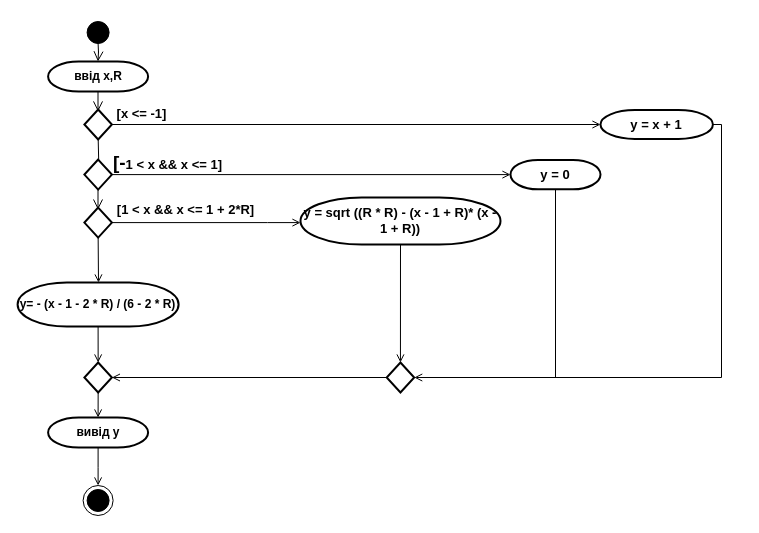
This is page "Сторінка-2" (2 of 2) of lab_3.3 uml.drawio from viksi01/lab_3.3, a draw.io file, before an edit. Source tidied: cells renumbered, new cells numbered last; positions are measured from the earlier drawing's top-left corner, leaving out a move shared by most shapes. Both pictures are drawn from the tidied source at 100%, with x=0, y=0 at pixel (17, 17).
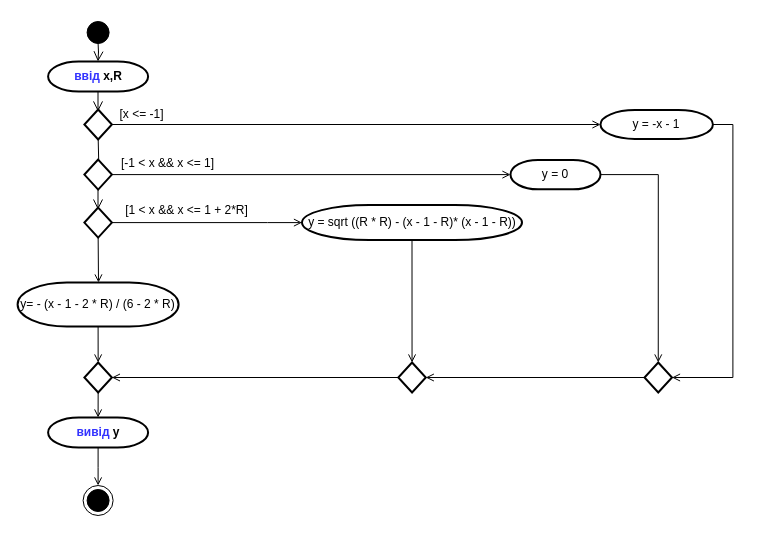
The same page after the edit.

Change to the diagram source:
```diff
@@
-    <mxCell id="2" style="ellipse;html=1;shape=startState;fillColor=#000000;strokeColor=#000000;" parent="1" vertex="1">
+    <mxCell id="2" style="ellipse;html=1;shape=startState;fillColor=#000000;strokeColor=#000000;fontSize=12;fontStyle=0;" parent="1" vertex="1">
       <mxGeometry x="65.6" width="30" height="30" as="geometry" />
     </mxCell>
-    <mxCell id="3" value="ввід x,R" style="strokeWidth=2;html=1;shape=mxgraph.flowchart.terminator;whiteSpace=wrap;fontStyle=1;fontSize=12;" parent="1" vertex="1">
+    <mxCell id="3" value="&lt;font color=&quot;#3333ff&quot;&gt;ввід&lt;/font&gt; x,R" style="strokeWidth=2;html=1;shape=mxgraph.flowchart.terminator;whiteSpace=wrap;fontStyle=1;fontSize=12;" parent="1" vertex="1">
       <mxGeometry x="30.6" y="44" width="100" height="30" as="geometry" />
     </mxCell>
-    <mxCell id="4" style="edgeStyle=orthogonalEdgeStyle;html=1;verticalAlign=bottom;endArrow=open;endSize=8;strokeColor=#000000;rounded=0;fontStyle=1;fontSize=12;" parent="1" edge="1">
+    <mxCell id="4" style="edgeStyle=orthogonalEdgeStyle;html=1;verticalAlign=bottom;endArrow=open;endSize=8;strokeColor=#000000;rounded=0;fontStyle=0;fontSize=12;" parent="1" edge="1">
       <mxGeometry relative="1" as="geometry">
         <mxPoint x="80.5" y="74" as="sourcePoint" />
         <mxPoint x="80.5" y="94" as="targetPoint" />
         <Array as="points">
           <mxPoint x="80.6" y="74" />
           <mxPoint x="80.6" y="74" />
         </Array>
       </mxGeometry>
     </mxCell>
-    <mxCell id="5" style="edgeStyle=orthogonalEdgeStyle;html=1;verticalAlign=bottom;endArrow=open;endSize=8;strokeColor=#000000;rounded=0;fontStyle=1;fontSize=12;" parent="1" edge="1">
+    <mxCell id="5" style="edgeStyle=orthogonalEdgeStyle;html=1;verticalAlign=bottom;endArrow=open;endSize=8;strokeColor=#000000;rounded=0;fontStyle=0;fontSize=12;" parent="1" edge="1">
       <mxGeometry relative="1" as="geometry">
         <mxPoint x="80.5" y="24" as="sourcePoint" />
         <mxPoint x="80.5" y="44" as="targetPoint" />
       </mxGeometry>
     </mxCell>
-    <mxCell id="6" style="rhombus;whiteSpace=wrap;html=1;strokeWidth=2;fontStyle=1;fontSize=12;" parent="1" vertex="1">
+    <mxCell id="6" style="rhombus;whiteSpace=wrap;html=1;strokeWidth=2;fontStyle=0;fontSize=12;" parent="1" vertex="1">
       <mxGeometry x="66.9" y="92" width="27.5" height="30" as="geometry" />
     </mxCell>
-    <mxCell id="7" style="edgeStyle=orthogonalEdgeStyle;rounded=0;jettySize=auto;html=1;endArrow=open;endFill=0;strokeColor=#000000;fontStyle=1;fontSize=12;" parent="1" edge="1" target="8">
+    <mxCell id="7" style="edgeStyle=orthogonalEdgeStyle;rounded=0;jettySize=auto;html=1;endArrow=open;endFill=0;strokeColor=#000000;fontStyle=0;fontSize=12;" parent="1" edge="1" target="8">
       <mxGeometry relative="1" as="geometry">
         <mxPoint x="80.7" y="122" as="sourcePoint" />
       </mxGeometry>
     </mxCell>
-    <mxCell id="8" style="rhombus;whiteSpace=wrap;html=1;strokeWidth=2;fontStyle=1;fontSize=12;" parent="1" vertex="1">
+    <mxCell id="8" style="rhombus;whiteSpace=wrap;html=1;strokeWidth=2;fontStyle=0;fontSize=12;" parent="1" vertex="1">
       <mxGeometry x="66.9" y="142.1" width="27.5" height="30" as="geometry" />
     </mxCell>
-    <mxCell id="9" value="y= - (x - 1 - 2 * R) / (6 - 2 * R)" style="strokeWidth=2;html=1;shape=mxgraph.flowchart.terminator;whiteSpace=wrap;fontStyle=1;fontSize=12;" parent="1" vertex="1">
+    <mxCell id="9" value="&lt;span style=&quot;font-weight: 400;&quot;&gt;y= - (x - 1 - 2 * R) / (6 - 2 * R)&lt;/span&gt;" style="strokeWidth=2;html=1;shape=mxgraph.flowchart.terminator;whiteSpace=wrap;fontStyle=1;fontSize=12;" parent="1" vertex="1">
       <mxGeometry x="0.1" y="265" width="161" height="44" as="geometry" />
     </mxCell>
-    <mxCell id="10" style="edgeStyle=orthogonalEdgeStyle;rounded=0;jettySize=auto;html=1;endArrow=open;endFill=0;strokeColor=#000000;exitX=0.5;exitY=1;exitDx=0;exitDy=0;exitPerimeter=0;entryX=0.5;entryY=0;entryDx=0;entryDy=0;fontStyle=1;fontSize=12;" parent="1" edge="1" source="9" target="11">
+    <mxCell id="10" style="edgeStyle=orthogonalEdgeStyle;rounded=0;jettySize=auto;html=1;endArrow=open;endFill=0;strokeColor=#000000;exitX=0.5;exitY=1;exitDx=0;exitDy=0;exitPerimeter=0;entryX=0.5;entryY=0;entryDx=0;entryDy=0;fontStyle=0;fontSize=12;" parent="1" edge="1" source="9" target="11">
       <mxGeometry relative="1" as="geometry" />
     </mxCell>
-    <mxCell id="11" style="rhombus;whiteSpace=wrap;html=1;strokeWidth=2;fontStyle=1;fontSize=12;" parent="1" vertex="1">
+    <mxCell id="11" style="rhombus;whiteSpace=wrap;html=1;strokeWidth=2;fontStyle=0;fontSize=12;" parent="1" vertex="1">
       <mxGeometry x="66.9" y="345" width="27.5" height="30" as="geometry" />
     </mxCell>
-    <mxCell id="12" style="edgeStyle=orthogonalEdgeStyle;rounded=0;jettySize=auto;html=1;endArrow=open;endFill=0;strokeColor=#000000;fontStyle=1;fontSize=12;" parent="1" edge="1" source="27">
+    <mxCell id="12" style="edgeStyle=orthogonalEdgeStyle;rounded=0;jettySize=auto;html=1;endArrow=open;endFill=0;strokeColor=#000000;fontStyle=0;fontSize=12;" parent="1" edge="1" source="27">
       <mxGeometry relative="1" as="geometry">
         <mxPoint x="80.6" y="468" as="targetPoint" />
       </mxGeometry>
     </mxCell>
-    <mxCell id="13" style="ellipse;html=1;shape=endState;fillColor=#000000;strokeColor=#000000;fontStyle=1;fontSize=12;" parent="1" vertex="1">
+    <mxCell id="13" style="ellipse;html=1;shape=endState;fillColor=#000000;strokeColor=#000000;fontStyle=0;fontSize=12;" parent="1" vertex="1">
       <mxGeometry x="65.6" y="468" width="30" height="30" as="geometry" />
     </mxCell>
-    <mxCell id="14" style="edgeStyle=orthogonalEdgeStyle;rounded=0;jettySize=auto;html=1;fontSize=13;endArrow=open;endFill=0;entryX=1;entryY=0.5;entryDx=0;entryDy=0;" parent="1" edge="1" source="15" target="32">
-      <mxGeometry relative="1" as="geometry">
-        <Array as="points">
-          <mxPoint x="704" y="107" />
-          <mxPoint x="704" y="360" />
-        </Array>
-      </mxGeometry>
-    </mxCell>
+    <mxCell id="33" style="edgeStyle=orthogonalEdgeStyle;rounded=0;jettySize=auto;html=1;entryX=1;entryY=0.5;entryDx=0;entryDy=0;exitX=1;exitY=0.5;exitDx=0;exitDy=0;exitPerimeter=0;endArrow=open;endFill=0;" parent="1" edge="1" source="15" target="36">
+      <mxGeometry relative="1" as="geometry" />
+    </mxCell>
-    <mxCell id="15" value="&lt;font style=&quot;&quot;&gt;&lt;font style=&quot;font-size: 13px;&quot;&gt;y = x + 1&lt;/font&gt;&lt;br&gt;&lt;/font&gt;" style="strokeWidth=2;html=1;shape=mxgraph.flowchart.terminator;whiteSpace=wrap;rounded=1;fontStyle=1;fontSize=12;" parent="1" vertex="1">
+    <mxCell id="15" value="&lt;font style=&quot;font-size: 12px;&quot;&gt;y = -x - 1&lt;br style=&quot;font-size: 12px;&quot;&gt;&lt;/font&gt;" style="strokeWidth=2;html=1;shape=mxgraph.flowchart.terminator;whiteSpace=wrap;rounded=1;fontStyle=0;fontSize=12;" parent="1" vertex="1">
       <mxGeometry x="583" y="92.6" width="112.4" height="28.8" as="geometry" />
     </mxCell>
+    <mxCell id="34" style="edgeStyle=orthogonalEdgeStyle;rounded=0;jettySize=auto;html=1;endArrow=open;endFill=0;entryX=0.5;entryY=0;entryDx=0;entryDy=0;fontSize=12;fontStyle=0;" parent="1" edge="1" source="16" target="36">
+      <mxGeometry relative="1" as="geometry" />
+    </mxCell>
-    <mxCell id="16" value="&lt;font style=&quot;font-size: 13px;&quot;&gt;y = 0&lt;/font&gt;" style="strokeWidth=2;html=1;shape=mxgraph.flowchart.terminator;whiteSpace=wrap;rounded=1;fontStyle=1;fontSize=12;" parent="1" vertex="1">
+    <mxCell id="16" value="&lt;font style=&quot;font-size: 12px;&quot;&gt;y = 0&lt;/font&gt;" style="strokeWidth=2;html=1;shape=mxgraph.flowchart.terminator;whiteSpace=wrap;rounded=1;fontStyle=0;fontSize=12;" parent="1" vertex="1">
       <mxGeometry x="493" y="142.4" width="90" height="29.4" as="geometry" />
     </mxCell>
-    <mxCell id="17" style="endArrow=open;html=1;rounded=0;strokeColor=#000000;exitX=1;exitY=0.5;exitDx=0;exitDy=0;entryX=0;entryY=0.5;entryDx=0;entryDy=0;entryPerimeter=0;endFill=0;fontStyle=1;fontSize=12;" parent="1" edge="1" source="8" target="16">
+    <mxCell id="17" style="endArrow=open;html=1;rounded=0;strokeColor=#000000;exitX=1;exitY=0.5;exitDx=0;exitDy=0;entryX=0;entryY=0.5;entryDx=0;entryDy=0;entryPerimeter=0;endFill=0;fontStyle=0;fontSize=12;" parent="1" edge="1" source="8" target="16">
       <mxGeometry relative="1" as="geometry" />
     </mxCell>
-    <mxCell id="18" style="edgeStyle=orthogonalEdgeStyle;rounded=0;jettySize=auto;html=1;endArrow=open;endFill=0;strokeColor=#000000;fontStyle=1;fontSize=12;entryX=0;entryY=0.5;entryDx=0;entryDy=0;entryPerimeter=0;" parent="1" edge="1" source="6" target="15">
+    <mxCell id="18" style="edgeStyle=orthogonalEdgeStyle;rounded=0;jettySize=auto;html=1;endArrow=open;endFill=0;strokeColor=#000000;fontStyle=0;fontSize=12;entryX=0;entryY=0.5;entryDx=0;entryDy=0;entryPerimeter=0;" parent="1" edge="1" source="6" target="15">
       <mxGeometry relative="1" as="geometry" />
     </mxCell>
-    <mxCell id="19" value="&lt;span style=&quot;font-size: 13px; font-weight: 700;&quot;&gt;[x &amp;lt;= -1]&lt;/span&gt;" style="text;html=1;align=center;verticalAlign=middle;strokeColor=none;fillColor=none;" parent="1" vertex="1">
-      <mxGeometry x="90.4" y="82" width="68" height="28" as="geometry" />
+    <mxCell id="19" value="&lt;span style=&quot;font-size: 12px;&quot;&gt;[x &amp;lt;= -1]&lt;/span&gt;" style="text;html=1;align=center;verticalAlign=middle;strokeColor=none;fillColor=none;fontSize=12;fontStyle=0;" parent="1" vertex="1">
+      <mxGeometry x="93.4" y="84" width="62" height="26" as="geometry" />
     </mxCell>
-    <mxCell id="20" value="&lt;span style=&quot;font-size: 19px; font-weight: 700;&quot;&gt;[-&lt;/span&gt;&lt;span style=&quot;font-weight: 700;&quot;&gt;&lt;font style=&quot;font-size: 13px;&quot;&gt;1 &amp;lt; x &amp;amp;&amp;amp; x &amp;lt;= 1]&lt;/font&gt;&lt;/span&gt;" style="text;html=1;align=center;verticalAlign=middle;strokeColor=none;fillColor=none;fontSize=13;" parent="1" vertex="1">
-      <mxGeometry x="86" y="128" width="127" height="35" as="geometry" />
+    <mxCell id="20" value="&lt;span style=&quot;font-size: 12px;&quot;&gt;[-&lt;/span&gt;&lt;span style=&quot;font-size: 12px;&quot;&gt;&lt;font style=&quot;font-size: 12px;&quot;&gt;1 &amp;lt; x &amp;amp;&amp;amp; x &amp;lt;= 1]&lt;/font&gt;&lt;/span&gt;" style="text;html=1;align=center;verticalAlign=middle;strokeColor=none;fillColor=none;fontSize=12;fontStyle=0;" parent="1" vertex="1">
+      <mxGeometry x="94" y="133" width="111" height="26" as="geometry" />
     </mxCell>
-    <mxCell id="21" style="edgeStyle=orthogonalEdgeStyle;html=1;verticalAlign=bottom;endArrow=open;endSize=8;strokeColor=#000000;rounded=0;fontStyle=1;fontSize=12;" parent="1" edge="1">
+    <mxCell id="21" style="edgeStyle=orthogonalEdgeStyle;html=1;verticalAlign=bottom;endArrow=open;endSize=8;strokeColor=#000000;rounded=0;fontStyle=0;fontSize=12;" parent="1" edge="1">
       <mxGeometry relative="1" as="geometry">
         <mxPoint x="80.5" y="172.1" as="sourcePoint" />
         <mxPoint x="80.5" y="192.1" as="targetPoint" />
         <Array as="points">
           <mxPoint x="80.6" y="172.1" />
           <mxPoint x="80.6" y="172.1" />
         </Array>
       </mxGeometry>
     </mxCell>
-    <mxCell id="22" style="edgeStyle=orthogonalEdgeStyle;rounded=0;jettySize=auto;html=1;fontSize=13;endArrow=open;endFill=0;" parent="1" edge="1" source="23" target="24">
+    <mxCell id="22" style="edgeStyle=orthogonalEdgeStyle;rounded=0;jettySize=auto;html=1;fontSize=12;endArrow=open;endFill=0;fontStyle=0;" parent="1" edge="1" source="23" target="24">
       <mxGeometry relative="1" as="geometry">
         <Array as="points">
           <mxPoint x="250" y="205" />
           <mxPoint x="250" y="205" />
         </Array>
       </mxGeometry>
     </mxCell>
-    <mxCell id="23" style="rhombus;whiteSpace=wrap;html=1;strokeWidth=2;fontStyle=1;fontSize=12;" parent="1" vertex="1">
+    <mxCell id="23" style="rhombus;whiteSpace=wrap;html=1;strokeWidth=2;fontStyle=0;fontSize=12;" parent="1" vertex="1">
       <mxGeometry x="66.9" y="190.1" width="27.5" height="30" as="geometry" />
     </mxCell>
-    <mxCell id="24" value="&lt;span style=&quot;font-size: 13px;&quot;&gt;y = sqrt ((R * R) - (x - 1 + R)* (x - 1 + R))&lt;/span&gt;" style="strokeWidth=2;html=1;shape=mxgraph.flowchart.terminator;whiteSpace=wrap;rounded=1;fontStyle=1;fontSize=12;" parent="1" vertex="1">
-      <mxGeometry x="283" y="179.9" width="200" height="47.1" as="geometry" />
+    <mxCell id="24" value="y = sqrt ((R * R) - (x - 1 - R)* (x - 1 - R))" style="strokeWidth=2;html=1;shape=mxgraph.flowchart.terminator;whiteSpace=wrap;rounded=1;fontStyle=0;fontSize=12;" parent="1" vertex="1">
+      <mxGeometry x="284.5" y="187.5" width="220" height="35.1" as="geometry" />
     </mxCell>
-    <mxCell id="25" value="&lt;b&gt;[1 &amp;lt; x &amp;amp;&amp;amp; x &amp;lt;= 1 + 2*R]&lt;/b&gt;" style="text;html=1;align=center;verticalAlign=middle;strokeColor=none;fillColor=none;fontSize=13;" parent="1" vertex="1">
-      <mxGeometry x="90.4" y="178" width="155" height="28" as="geometry" />
+    <mxCell id="25" value="&lt;span style=&quot;font-size: 12px;&quot;&gt;[1 &amp;lt; x &amp;amp;&amp;amp; x &amp;lt;= 1 + 2*R]&lt;/span&gt;" style="text;html=1;align=center;verticalAlign=middle;strokeColor=none;fillColor=none;fontSize=12;fontStyle=0;" parent="1" vertex="1">
+      <mxGeometry x="98.4" y="180" width="141" height="26" as="geometry" />
     </mxCell>
-    <mxCell id="26" style="endArrow=open;html=1;rounded=0;fontSize=13;exitX=0.5;exitY=1;exitDx=0;exitDy=0;endFill=0;" parent="1" edge="1" source="23">
+    <mxCell id="26" style="endArrow=open;html=1;rounded=0;fontSize=12;exitX=0.5;exitY=1;exitDx=0;exitDy=0;endFill=0;fontStyle=0;" parent="1" edge="1" source="23">
       <mxGeometry relative="1" as="geometry">
         <mxPoint x="81" y="265" as="targetPoint" />
       </mxGeometry>
     </mxCell>
-    <mxCell id="27" value="вивід y" style="strokeWidth=2;html=1;shape=mxgraph.flowchart.terminator;whiteSpace=wrap;fontStyle=1;fontSize=12;" parent="1" vertex="1">
+    <mxCell id="27" value="&lt;font color=&quot;#3333ff&quot;&gt;вивід&lt;/font&gt; y" style="strokeWidth=2;html=1;shape=mxgraph.flowchart.terminator;whiteSpace=wrap;fontStyle=1;fontSize=12;" parent="1" vertex="1">
       <mxGeometry x="30.6" y="400" width="100" height="30" as="geometry" />
     </mxCell>
-    <mxCell id="28" style="endArrow=open;html=1;rounded=0;fontSize=13;exitX=0.5;exitY=1;exitDx=0;exitDy=0;entryX=0.5;entryY=0;entryDx=0;entryDy=0;entryPerimeter=0;endFill=0;" parent="1" edge="1" source="11" target="27">
+    <mxCell id="28" style="endArrow=open;html=1;rounded=0;fontSize=12;exitX=0.5;exitY=1;exitDx=0;exitDy=0;entryX=0.5;entryY=0;entryDx=0;entryDy=0;entryPerimeter=0;endFill=0;fontStyle=0;" parent="1" edge="1" source="11" target="27">
       <mxGeometry relative="1" as="geometry" />
     </mxCell>
-    <mxCell id="29" style="endArrow=none;html=1;rounded=0;fontSize=13;exitX=0.5;exitY=1;exitDx=0;exitDy=0;exitPerimeter=0;endFill=0;" parent="1" edge="1" source="16">
-      <mxGeometry relative="1" as="geometry">
-        <mxPoint x="538" y="360" as="targetPoint" />
-      </mxGeometry>
-    </mxCell>
-    <mxCell id="30" style="endArrow=open;html=1;rounded=0;fontSize=13;exitX=0.5;exitY=1;exitDx=0;exitDy=0;exitPerimeter=0;entryX=0.5;entryY=0;entryDx=0;entryDy=0;endFill=0;" parent="1" edge="1" source="24" target="32">
+    <mxCell id="30" style="endArrow=open;html=1;rounded=0;fontSize=12;exitX=0.5;exitY=1;exitDx=0;exitDy=0;exitPerimeter=0;entryX=0.5;entryY=0;entryDx=0;entryDy=0;endFill=0;fontStyle=0;" parent="1" edge="1" source="24" target="32">
       <mxGeometry relative="1" as="geometry" />
     </mxCell>
-    <mxCell id="31" style="edgeStyle=orthogonalEdgeStyle;rounded=0;jettySize=auto;html=1;fontSize=13;endArrow=open;endFill=0;entryX=1;entryY=0.5;entryDx=0;entryDy=0;" parent="1" edge="1" source="32" target="11">
+    <mxCell id="31" style="edgeStyle=orthogonalEdgeStyle;rounded=0;jettySize=auto;html=1;fontSize=12;endArrow=open;endFill=0;entryX=1;entryY=0.5;entryDx=0;entryDy=0;fontStyle=0;" parent="1" edge="1" source="32" target="11">
       <mxGeometry relative="1" as="geometry" />
     </mxCell>
-    <mxCell id="32" style="rhombus;whiteSpace=wrap;html=1;strokeWidth=2;fontStyle=1;fontSize=12;" parent="1" vertex="1">
-      <mxGeometry x="369.2" y="345" width="27.5" height="30" as="geometry" />
+    <mxCell id="32" style="rhombus;whiteSpace=wrap;html=1;strokeWidth=2;fontStyle=0;fontSize=12;" parent="1" vertex="1">
+      <mxGeometry x="380.8" y="345" width="27.5" height="30" as="geometry" />
     </mxCell>
+    <mxCell id="35" style="edgeStyle=orthogonalEdgeStyle;rounded=0;jettySize=auto;html=1;endArrow=open;endFill=0;entryX=1;entryY=0.5;entryDx=0;entryDy=0;fontSize=12;fontStyle=0;" parent="1" edge="1" source="36" target="32">
+      <mxGeometry relative="1" as="geometry" />
+    </mxCell>
+    <mxCell id="36" style="rhombus;whiteSpace=wrap;html=1;strokeWidth=2;fontStyle=0;fontSize=12;" parent="1" vertex="1">
+      <mxGeometry x="627" y="345" width="27.5" height="30" as="geometry" />
+    </mxCell>
```
